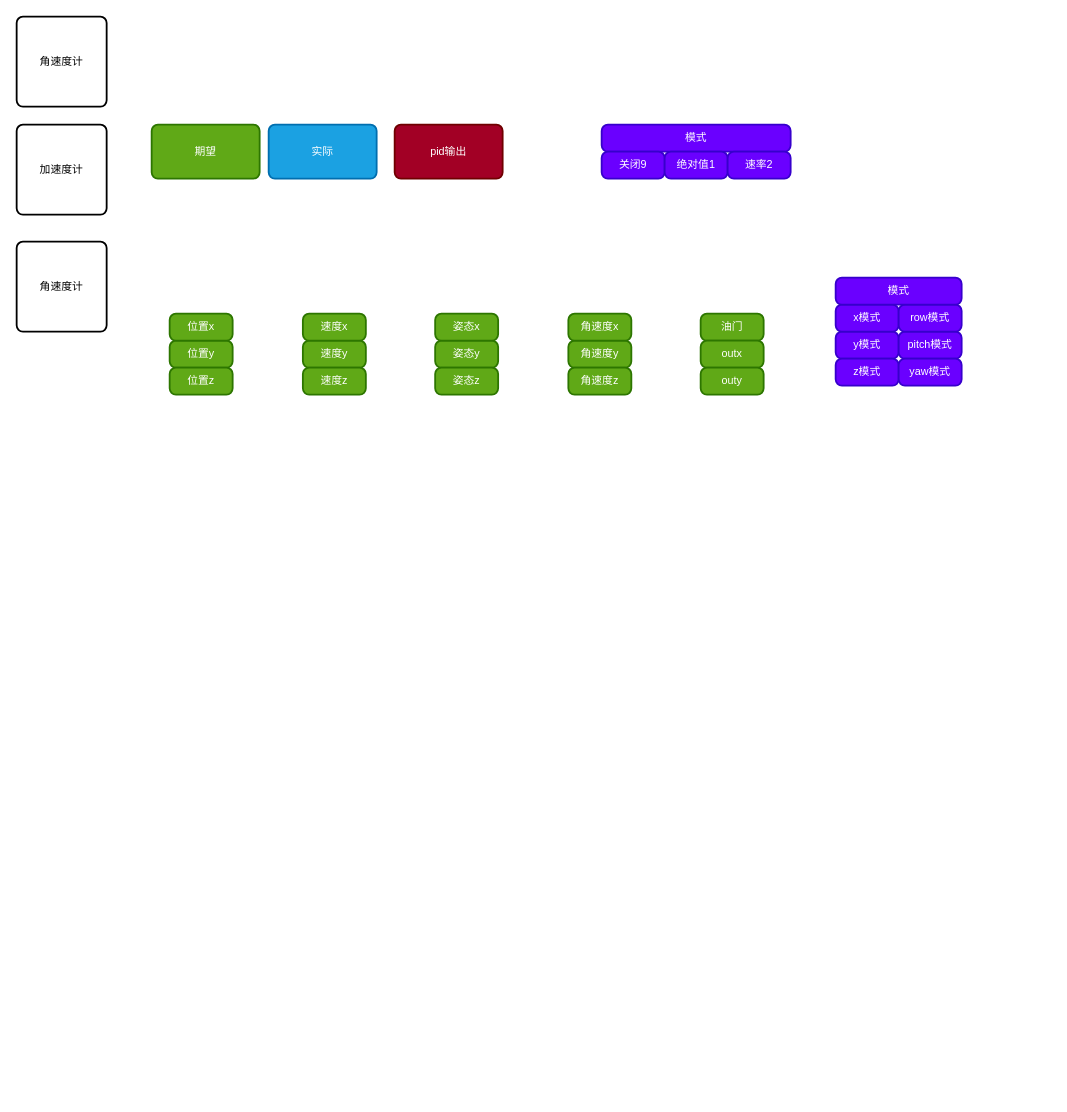
This is fly.drawio from renxinlin/-, a draw.io file, before an edit. Source tidied: cells renumbered, new cells numbered last; positions are measured from the earlier drawing's top-left corner, leaving out a move shared by most shapes. Both pictures are drawn from the tidied source at 90%, with x=0, y=0 at pixel (16, 16).
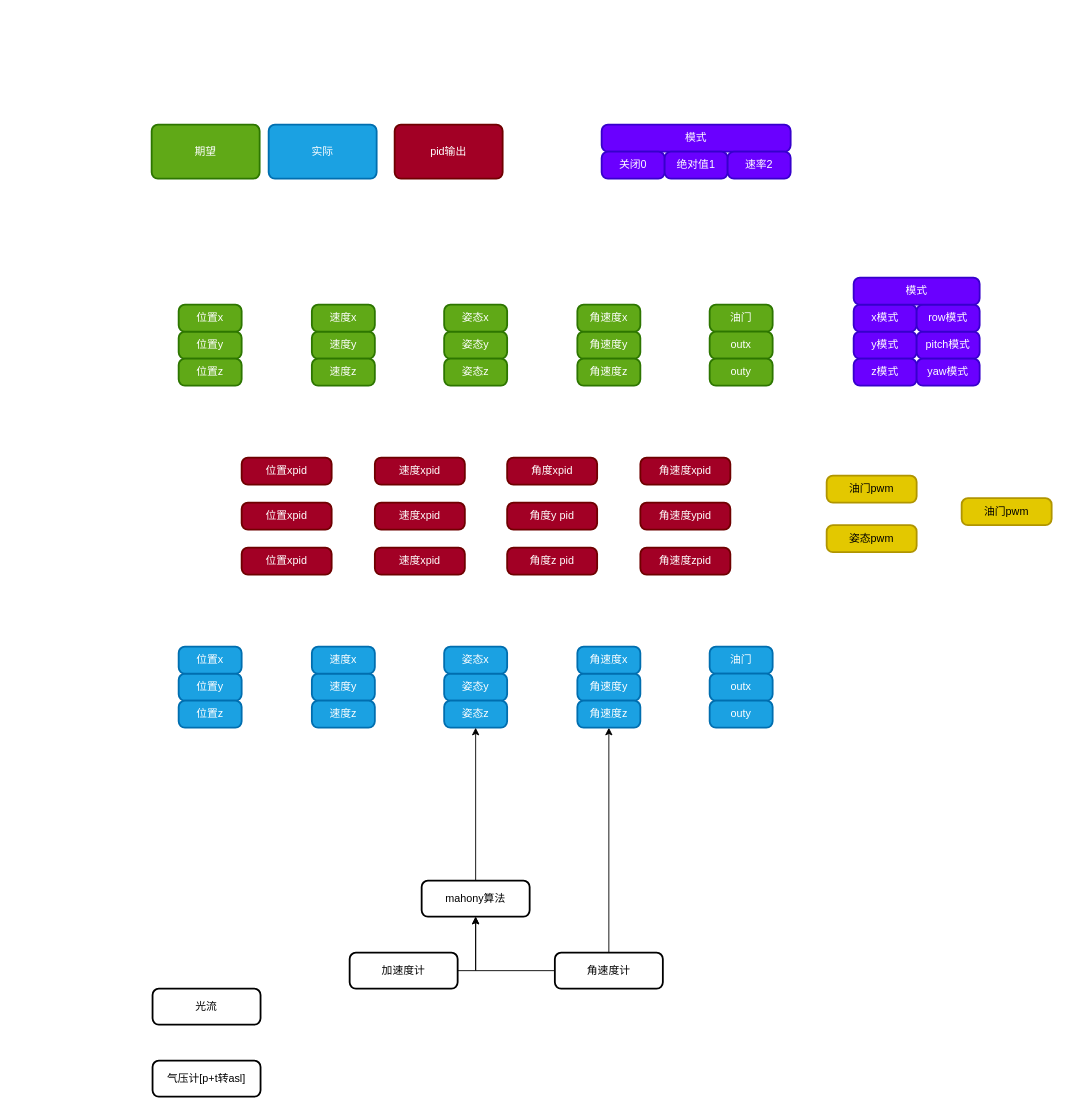
Above is the later version.

What changed in the source:
```diff
@@
     <mxCell id="4" value="油门" style="rounded=1;whiteSpace=wrap;html=1;absoluteArcSize=1;arcSize=14;strokeWidth=2;fillColor=#60a917;fontColor=#ffffff;strokeColor=#2D7600;" parent="1" vertex="1">
-      <mxGeometry x="760" y="330" width="70" height="30" as="geometry" />
+      <mxGeometry x="770" y="320" width="70" height="30" as="geometry" />
     </mxCell>
     <mxCell id="5" value="y模式" style="rounded=1;whiteSpace=wrap;html=1;absoluteArcSize=1;arcSize=14;strokeWidth=2;fillColor=#6a00ff;fontColor=#ffffff;strokeColor=#3700CC;" parent="1" vertex="1">
-      <mxGeometry x="910" y="350" width="70" height="30" as="geometry" />
+      <mxGeometry x="930" y="350" width="70" height="30" as="geometry" />
     </mxCell>
     <mxCell id="6" value="z模式" style="rounded=1;whiteSpace=wrap;html=1;absoluteArcSize=1;arcSize=14;strokeWidth=2;fillColor=#6a00ff;fontColor=#ffffff;strokeColor=#3700CC;" parent="1" vertex="1">
-      <mxGeometry x="910" y="380" width="70" height="30" as="geometry" />
+      <mxGeometry x="930" y="380" width="70" height="30" as="geometry" />
     </mxCell>
     <mxCell id="7" value="x模式" style="rounded=1;whiteSpace=wrap;html=1;absoluteArcSize=1;arcSize=14;strokeWidth=2;fillColor=#6a00ff;fontColor=#ffffff;strokeColor=#3700CC;" parent="1" vertex="1">
-      <mxGeometry x="910" y="320" width="70" height="30" as="geometry" />
+      <mxGeometry x="930" y="320" width="70" height="30" as="geometry" />
     </mxCell>
     <mxCell id="8" value="pitch模式" style="rounded=1;whiteSpace=wrap;html=1;absoluteArcSize=1;arcSize=14;strokeWidth=2;fillColor=#6a00ff;fontColor=#ffffff;strokeColor=#3700CC;" parent="1" vertex="1">
-      <mxGeometry x="980" y="350" width="70" height="30" as="geometry" />
+      <mxGeometry x="1000" y="350" width="70" height="30" as="geometry" />
     </mxCell>
     <mxCell id="9" value="yaw模式" style="rounded=1;whiteSpace=wrap;html=1;absoluteArcSize=1;arcSize=14;strokeWidth=2;fillColor=#6a00ff;fontColor=#ffffff;strokeColor=#3700CC;" parent="1" vertex="1">
-      <mxGeometry x="980" y="380" width="70" height="30" as="geometry" />
+      <mxGeometry x="1000" y="380" width="70" height="30" as="geometry" />
     </mxCell>
     <mxCell id="10" value="row模式" style="rounded=1;whiteSpace=wrap;html=1;absoluteArcSize=1;arcSize=14;strokeWidth=2;fillColor=#6a00ff;fontColor=#ffffff;strokeColor=#3700CC;" parent="1" vertex="1">
-      <mxGeometry x="980" y="320" width="70" height="30" as="geometry" />
+      <mxGeometry x="1000" y="320" width="70" height="30" as="geometry" />
     </mxCell>
     <mxCell id="11" value="模式" style="rounded=1;whiteSpace=wrap;html=1;absoluteArcSize=1;arcSize=14;strokeWidth=2;fillColor=#6a00ff;fontColor=#ffffff;strokeColor=#3700CC;" parent="1" vertex="1">
-      <mxGeometry x="910" y="290" width="140" height="30" as="geometry" />
+      <mxGeometry x="930" y="290" width="140" height="30" as="geometry" />
     </mxCell>
     <mxCell id="12" value="速度y" style="rounded=1;whiteSpace=wrap;html=1;absoluteArcSize=1;arcSize=14;strokeWidth=2;fillColor=#60a917;fontColor=#ffffff;strokeColor=#2D7600;" parent="1" vertex="1">
-      <mxGeometry x="318" y="360" width="70" height="30" as="geometry" />
+      <mxGeometry x="328" y="350" width="70" height="30" as="geometry" />
     </mxCell>
     <mxCell id="13" value="速度x" style="rounded=1;whiteSpace=wrap;html=1;absoluteArcSize=1;arcSize=14;strokeWidth=2;fillColor=#60a917;fontColor=#ffffff;strokeColor=#2D7600;" parent="1" vertex="1">
-      <mxGeometry x="318" y="330" width="70" height="30" as="geometry" />
+      <mxGeometry x="328" y="320" width="70" height="30" as="geometry" />
     </mxCell>
     <mxCell id="14" value="速度z" style="rounded=1;whiteSpace=wrap;html=1;absoluteArcSize=1;arcSize=14;strokeWidth=2;fillColor=#60a917;fontColor=#ffffff;strokeColor=#2D7600;" parent="1" vertex="1">
-      <mxGeometry x="318" y="390" width="70" height="30" as="geometry" />
+      <mxGeometry x="328" y="380" width="70" height="30" as="geometry" />
     </mxCell>
     <mxCell id="15" value="位置y" style="rounded=1;whiteSpace=wrap;html=1;absoluteArcSize=1;arcSize=14;strokeWidth=2;fillColor=#60a917;fontColor=#ffffff;strokeColor=#2D7600;" parent="1" vertex="1">
-      <mxGeometry x="170" y="360" width="70" height="30" as="geometry" />
+      <mxGeometry x="180" y="350" width="70" height="30" as="geometry" />
     </mxCell>
     <mxCell id="16" value="位置x" style="rounded=1;whiteSpace=wrap;html=1;absoluteArcSize=1;arcSize=14;strokeWidth=2;fillColor=#60a917;fontColor=#ffffff;strokeColor=#2D7600;" parent="1" vertex="1">
-      <mxGeometry x="170" y="330" width="70" height="30" as="geometry" />
+      <mxGeometry x="180" y="320" width="70" height="30" as="geometry" />
     </mxCell>
     <mxCell id="17" value="位置z" style="rounded=1;whiteSpace=wrap;html=1;absoluteArcSize=1;arcSize=14;strokeWidth=2;fillColor=#60a917;fontColor=#ffffff;strokeColor=#2D7600;" parent="1" vertex="1">
-      <mxGeometry x="170" y="390" width="70" height="30" as="geometry" />
+      <mxGeometry x="180" y="380" width="70" height="30" as="geometry" />
     </mxCell>
     <mxCell id="18" value="姿态y" style="rounded=1;whiteSpace=wrap;html=1;absoluteArcSize=1;arcSize=14;strokeWidth=2;fillColor=#60a917;fontColor=#ffffff;strokeColor=#2D7600;" parent="1" vertex="1">
-      <mxGeometry x="465" y="360" width="70" height="30" as="geometry" />
+      <mxGeometry x="475" y="350" width="70" height="30" as="geometry" />
     </mxCell>
     <mxCell id="19" value="姿态z" style="rounded=1;whiteSpace=wrap;html=1;absoluteArcSize=1;arcSize=14;strokeWidth=2;fillColor=#60a917;fontColor=#ffffff;strokeColor=#2D7600;" parent="1" vertex="1">
-      <mxGeometry x="465" y="390" width="70" height="30" as="geometry" />
+      <mxGeometry x="475" y="380" width="70" height="30" as="geometry" />
     </mxCell>
     <mxCell id="20" value="姿态x" style="rounded=1;whiteSpace=wrap;html=1;absoluteArcSize=1;arcSize=14;strokeWidth=2;fillColor=#60a917;fontColor=#ffffff;strokeColor=#2D7600;" parent="1" vertex="1">
-      <mxGeometry x="465" y="330" width="70" height="30" as="geometry" />
+      <mxGeometry x="475" y="320" width="70" height="30" as="geometry" />
     </mxCell>
     <mxCell id="21" value="角速度y" style="rounded=1;whiteSpace=wrap;html=1;absoluteArcSize=1;arcSize=14;strokeWidth=2;fillColor=#60a917;fontColor=#ffffff;strokeColor=#2D7600;" parent="1" vertex="1">
-      <mxGeometry x="613" y="360" width="70" height="30" as="geometry" />
+      <mxGeometry x="623" y="350" width="70" height="30" as="geometry" />
     </mxCell>
     <mxCell id="22" value="角速度z" style="rounded=1;whiteSpace=wrap;html=1;absoluteArcSize=1;arcSize=14;strokeWidth=2;fillColor=#60a917;fontColor=#ffffff;strokeColor=#2D7600;" parent="1" vertex="1">
-      <mxGeometry x="613" y="390" width="70" height="30" as="geometry" />
+      <mxGeometry x="623" y="380" width="70" height="30" as="geometry" />
     </mxCell>
     <mxCell id="23" value="角速度x" style="rounded=1;whiteSpace=wrap;html=1;absoluteArcSize=1;arcSize=14;strokeWidth=2;fillColor=#60a917;fontColor=#ffffff;strokeColor=#2D7600;" parent="1" vertex="1">
-      <mxGeometry x="613" y="330" width="70" height="30" as="geometry" />
+      <mxGeometry x="623" y="320" width="70" height="30" as="geometry" />
     </mxCell>
@@
-    <mxCell id="26" value="关闭9" style="rounded=1;whiteSpace=wrap;html=1;absoluteArcSize=1;arcSize=14;strokeWidth=2;fillColor=#6a00ff;fontColor=#ffffff;strokeColor=#3700CC;" parent="1" vertex="1">
+    <mxCell id="26" value="关闭0" style="rounded=1;whiteSpace=wrap;html=1;absoluteArcSize=1;arcSize=14;strokeWidth=2;fillColor=#6a00ff;fontColor=#ffffff;strokeColor=#3700CC;" parent="1" vertex="1">
       <mxGeometry x="650" y="150" width="70" height="30" as="geometry" />
     </mxCell>
@@
-    <mxCell id="29" value="加速度计" style="rounded=1;whiteSpace=wrap;html=1;absoluteArcSize=1;arcSize=14;strokeWidth=2;" parent="1" vertex="1">
-      <mxGeometry y="120" width="100" height="100" as="geometry" />
-    </mxCell>
-    <mxCell id="30" value="角速度计" style="rounded=1;whiteSpace=wrap;html=1;absoluteArcSize=1;arcSize=14;strokeWidth=2;" parent="1" vertex="1">
-      <mxGeometry y="250" width="100" height="100" as="geometry" />
-    </mxCell>
-    <mxCell id="31" value="角速度计" style="rounded=1;whiteSpace=wrap;html=1;absoluteArcSize=1;arcSize=14;strokeWidth=2;" parent="1" vertex="1">
-      <mxGeometry width="100" height="100" as="geometry" />
-    </mxCell>
     <mxCell id="32" value="outx" style="rounded=1;whiteSpace=wrap;html=1;absoluteArcSize=1;arcSize=14;strokeWidth=2;fillColor=#60a917;fontColor=#ffffff;strokeColor=#2D7600;" parent="1" vertex="1">
-      <mxGeometry x="760" y="360" width="70" height="30" as="geometry" />
+      <mxGeometry x="770" y="350" width="70" height="30" as="geometry" />
     </mxCell>
     <mxCell id="33" value="outy" style="rounded=1;whiteSpace=wrap;html=1;absoluteArcSize=1;arcSize=14;strokeWidth=2;fillColor=#60a917;fontColor=#ffffff;strokeColor=#2D7600;" parent="1" vertex="1">
-      <mxGeometry x="760" y="390" width="70" height="30" as="geometry" />
+      <mxGeometry x="770" y="380" width="70" height="30" as="geometry" />
     </mxCell>
+    <mxCell id="34" value="速度y" style="rounded=1;whiteSpace=wrap;html=1;absoluteArcSize=1;arcSize=14;strokeWidth=2;fillColor=#1ba1e2;fontColor=#ffffff;strokeColor=#006EAF;" parent="1" vertex="1">
+      <mxGeometry x="328" y="730" width="70" height="30" as="geometry" />
+    </mxCell>
+    <mxCell id="35" value="速度z" style="rounded=1;whiteSpace=wrap;html=1;absoluteArcSize=1;arcSize=14;strokeWidth=2;fillColor=#1ba1e2;fontColor=#ffffff;strokeColor=#006EAF;" parent="1" vertex="1">
+      <mxGeometry x="328" y="760" width="70" height="30" as="geometry" />
+    </mxCell>
+    <mxCell id="36" value="速度x" style="rounded=1;whiteSpace=wrap;html=1;absoluteArcSize=1;arcSize=14;strokeWidth=2;fillColor=#1ba1e2;fontColor=#ffffff;strokeColor=#006EAF;" parent="1" vertex="1">
+      <mxGeometry x="328" y="700" width="70" height="30" as="geometry" />
+    </mxCell>
+    <mxCell id="37" value="姿态y" style="rounded=1;whiteSpace=wrap;html=1;absoluteArcSize=1;arcSize=14;strokeWidth=2;fillColor=#1ba1e2;fontColor=#ffffff;strokeColor=#006EAF;" parent="1" vertex="1">
+      <mxGeometry x="475" y="730" width="70" height="30" as="geometry" />
+    </mxCell>
+    <mxCell id="38" value="姿态z" style="rounded=1;whiteSpace=wrap;html=1;absoluteArcSize=1;arcSize=14;strokeWidth=2;fillColor=#1ba1e2;fontColor=#ffffff;strokeColor=#006EAF;" parent="1" vertex="1">
+      <mxGeometry x="475" y="760" width="70" height="30" as="geometry" />
+    </mxCell>
+    <mxCell id="39" value="姿态x" style="rounded=1;whiteSpace=wrap;html=1;absoluteArcSize=1;arcSize=14;strokeWidth=2;fillColor=#1ba1e2;fontColor=#ffffff;strokeColor=#006EAF;" parent="1" vertex="1">
+      <mxGeometry x="475" y="700" width="70" height="30" as="geometry" />
+    </mxCell>
+    <mxCell id="40" value="光流" style="rounded=1;whiteSpace=wrap;html=1;absoluteArcSize=1;arcSize=14;strokeWidth=2;" parent="1" vertex="1">
+      <mxGeometry x="151" y="1080" width="120" height="40" as="geometry" />
+    </mxCell>
+    <mxCell id="41" value="气压计[p+t转asl]" style="rounded=1;whiteSpace=wrap;html=1;absoluteArcSize=1;arcSize=14;strokeWidth=2;" parent="1" vertex="1">
+      <mxGeometry x="151" y="1160" width="120" height="40" as="geometry" />
+    </mxCell>
+    <mxCell id="42" style="edgeStyle=orthogonalEdgeStyle;rounded=0;jettySize=auto;html=1;exitX=0.5;exitY=0;exitDx=0;exitDy=0;entryX=0.5;entryY=1;entryDx=0;entryDy=0;" parent="1" edge="1" source="44" target="53">
+      <mxGeometry relative="1" as="geometry" />
+    </mxCell>
+    <mxCell id="43" style="edgeStyle=orthogonalEdgeStyle;rounded=0;jettySize=auto;html=1;exitX=0;exitY=0.5;exitDx=0;exitDy=0;entryX=0.5;entryY=1;entryDx=0;entryDy=0;" parent="1" edge="1" source="44" target="47">
+      <mxGeometry relative="1" as="geometry" />
+    </mxCell>
+    <mxCell id="44" value="角速度计" style="rounded=1;whiteSpace=wrap;html=1;absoluteArcSize=1;arcSize=14;strokeWidth=2;" parent="1" vertex="1">
+      <mxGeometry x="598" y="1040" width="120" height="40" as="geometry" />
+    </mxCell>
+    <mxCell id="45" style="edgeStyle=orthogonalEdgeStyle;rounded=0;jettySize=auto;html=1;exitX=1;exitY=0.5;exitDx=0;exitDy=0;entryX=0.5;entryY=1;entryDx=0;entryDy=0;" parent="1" edge="1" source="29" target="47">
+      <mxGeometry relative="1" as="geometry" />
+    </mxCell>
+    <mxCell id="29" value="加速度计" style="rounded=1;whiteSpace=wrap;html=1;absoluteArcSize=1;arcSize=14;strokeWidth=2;" parent="1" vertex="1">
+      <mxGeometry x="370" y="1040" width="120" height="40" as="geometry" />
+    </mxCell>
+    <mxCell id="46" style="edgeStyle=orthogonalEdgeStyle;rounded=0;jettySize=auto;html=1;exitX=0.5;exitY=0;exitDx=0;exitDy=0;entryX=0.5;entryY=1;entryDx=0;entryDy=0;" parent="1" edge="1" source="47" target="38">
+      <mxGeometry relative="1" as="geometry" />
+    </mxCell>
+    <mxCell id="47" value="mahony算法" style="rounded=1;whiteSpace=wrap;html=1;absoluteArcSize=1;arcSize=14;strokeWidth=2;" parent="1" vertex="1">
+      <mxGeometry x="450" y="960" width="120" height="40" as="geometry" />
+    </mxCell>
+    <mxCell id="48" value="位置y" style="rounded=1;whiteSpace=wrap;html=1;absoluteArcSize=1;arcSize=14;strokeWidth=2;fillColor=#1ba1e2;fontColor=#ffffff;strokeColor=#006EAF;" parent="1" vertex="1">
+      <mxGeometry x="180" y="730" width="70" height="30" as="geometry" />
+    </mxCell>
+    <mxCell id="49" value="位置x" style="rounded=1;whiteSpace=wrap;html=1;absoluteArcSize=1;arcSize=14;strokeWidth=2;fillColor=#1ba1e2;fontColor=#ffffff;strokeColor=#006EAF;" parent="1" vertex="1">
+      <mxGeometry x="180" y="700" width="70" height="30" as="geometry" />
+    </mxCell>
+    <mxCell id="50" value="位置z" style="rounded=1;whiteSpace=wrap;html=1;absoluteArcSize=1;arcSize=14;strokeWidth=2;fillColor=#1ba1e2;fontColor=#ffffff;strokeColor=#006EAF;" parent="1" vertex="1">
+      <mxGeometry x="180" y="760" width="70" height="30" as="geometry" />
+    </mxCell>
+    <mxCell id="51" value="油门" style="rounded=1;whiteSpace=wrap;html=1;absoluteArcSize=1;arcSize=14;strokeWidth=2;fillColor=#1ba1e2;fontColor=#ffffff;strokeColor=#006EAF;" parent="1" vertex="1">
+      <mxGeometry x="770" y="700" width="70" height="30" as="geometry" />
+    </mxCell>
+    <mxCell id="52" value="角速度y" style="rounded=1;whiteSpace=wrap;html=1;absoluteArcSize=1;arcSize=14;strokeWidth=2;fillColor=#1ba1e2;fontColor=#ffffff;strokeColor=#006EAF;" parent="1" vertex="1">
+      <mxGeometry x="623" y="730" width="70" height="30" as="geometry" />
+    </mxCell>
+    <mxCell id="53" value="角速度z" style="rounded=1;whiteSpace=wrap;html=1;absoluteArcSize=1;arcSize=14;strokeWidth=2;fillColor=#1ba1e2;fontColor=#ffffff;strokeColor=#006EAF;" parent="1" vertex="1">
+      <mxGeometry x="623" y="760" width="70" height="30" as="geometry" />
+    </mxCell>
+    <mxCell id="54" value="角速度x" style="rounded=1;whiteSpace=wrap;html=1;absoluteArcSize=1;arcSize=14;strokeWidth=2;fillColor=#1ba1e2;fontColor=#ffffff;strokeColor=#006EAF;" parent="1" vertex="1">
+      <mxGeometry x="623" y="700" width="70" height="30" as="geometry" />
+    </mxCell>
+    <mxCell id="55" value="outx" style="rounded=1;whiteSpace=wrap;html=1;absoluteArcSize=1;arcSize=14;strokeWidth=2;fillColor=#1ba1e2;fontColor=#ffffff;strokeColor=#006EAF;" parent="1" vertex="1">
+      <mxGeometry x="770" y="730" width="70" height="30" as="geometry" />
+    </mxCell>
+    <mxCell id="56" value="outy" style="rounded=1;whiteSpace=wrap;html=1;absoluteArcSize=1;arcSize=14;strokeWidth=2;fillColor=#1ba1e2;fontColor=#ffffff;strokeColor=#006EAF;" parent="1" vertex="1">
+      <mxGeometry x="770" y="760" width="70" height="30" as="geometry" />
+    </mxCell>
+    <mxCell id="57" value="位置xpid" style="rounded=1;whiteSpace=wrap;html=1;absoluteArcSize=1;arcSize=14;strokeWidth=2;fillColor=#a20025;fontColor=#ffffff;strokeColor=#6F0000;" parent="1" vertex="1">
+      <mxGeometry x="250" y="490" width="100" height="30" as="geometry" />
+    </mxCell>
+    <mxCell id="58" value="位置xpid" style="rounded=1;whiteSpace=wrap;html=1;absoluteArcSize=1;arcSize=14;strokeWidth=2;fillColor=#a20025;fontColor=#ffffff;strokeColor=#6F0000;" parent="1" vertex="1">
+      <mxGeometry x="250" y="540" width="100" height="30" as="geometry" />
+    </mxCell>
+    <mxCell id="59" value="位置xpid" style="rounded=1;whiteSpace=wrap;html=1;absoluteArcSize=1;arcSize=14;strokeWidth=2;fillColor=#a20025;fontColor=#ffffff;strokeColor=#6F0000;" parent="1" vertex="1">
+      <mxGeometry x="250" y="590" width="100" height="30" as="geometry" />
+    </mxCell>
+    <mxCell id="60" value="速度xpid" style="rounded=1;whiteSpace=wrap;html=1;absoluteArcSize=1;arcSize=14;strokeWidth=2;fillColor=#a20025;fontColor=#ffffff;strokeColor=#6F0000;" parent="1" vertex="1">
+      <mxGeometry x="398" y="490" width="100" height="30" as="geometry" />
+    </mxCell>
+    <mxCell id="61" value="速度xpid" style="rounded=1;whiteSpace=wrap;html=1;absoluteArcSize=1;arcSize=14;strokeWidth=2;fillColor=#a20025;fontColor=#ffffff;strokeColor=#6F0000;" parent="1" vertex="1">
+      <mxGeometry x="398" y="540" width="100" height="30" as="geometry" />
+    </mxCell>
+    <mxCell id="62" value="速度xpid" style="rounded=1;whiteSpace=wrap;html=1;absoluteArcSize=1;arcSize=14;strokeWidth=2;fillColor=#a20025;fontColor=#ffffff;strokeColor=#6F0000;" parent="1" vertex="1">
+      <mxGeometry x="398" y="590" width="100" height="30" as="geometry" />
+    </mxCell>
+    <mxCell id="63" value="角度xpid" style="rounded=1;whiteSpace=wrap;html=1;absoluteArcSize=1;arcSize=14;strokeWidth=2;fillColor=#a20025;fontColor=#ffffff;strokeColor=#6F0000;" parent="1" vertex="1">
+      <mxGeometry x="545" y="490" width="100" height="30" as="geometry" />
+    </mxCell>
+    <mxCell id="64" value="角度y pid" style="rounded=1;whiteSpace=wrap;html=1;absoluteArcSize=1;arcSize=14;strokeWidth=2;fillColor=#a20025;fontColor=#ffffff;strokeColor=#6F0000;" parent="1" vertex="1">
+      <mxGeometry x="545" y="540" width="100" height="30" as="geometry" />
+    </mxCell>
+    <mxCell id="65" value="角度z pid" style="rounded=1;whiteSpace=wrap;html=1;absoluteArcSize=1;arcSize=14;strokeWidth=2;fillColor=#a20025;fontColor=#ffffff;strokeColor=#6F0000;" parent="1" vertex="1">
+      <mxGeometry x="545" y="590" width="100" height="30" as="geometry" />
+    </mxCell>
+    <mxCell id="66" value="角速度xpid" style="rounded=1;whiteSpace=wrap;html=1;absoluteArcSize=1;arcSize=14;strokeWidth=2;fillColor=#a20025;fontColor=#ffffff;strokeColor=#6F0000;" parent="1" vertex="1">
+      <mxGeometry x="693" y="490" width="100" height="30" as="geometry" />
+    </mxCell>
+    <mxCell id="67" value="角速度ypid" style="rounded=1;whiteSpace=wrap;html=1;absoluteArcSize=1;arcSize=14;strokeWidth=2;fillColor=#a20025;fontColor=#ffffff;strokeColor=#6F0000;" parent="1" vertex="1">
+      <mxGeometry x="693" y="540" width="100" height="30" as="geometry" />
+    </mxCell>
+    <mxCell id="68" value="角速度zpid" style="rounded=1;whiteSpace=wrap;html=1;absoluteArcSize=1;arcSize=14;strokeWidth=2;fillColor=#a20025;fontColor=#ffffff;strokeColor=#6F0000;" parent="1" vertex="1">
+      <mxGeometry x="693" y="590" width="100" height="30" as="geometry" />
+    </mxCell>
+    <mxCell id="69" value="油门pwm" style="rounded=1;whiteSpace=wrap;html=1;absoluteArcSize=1;arcSize=14;strokeWidth=2;fillColor=#e3c800;fontColor=#000000;strokeColor=#B09500;" parent="1" vertex="1">
+      <mxGeometry x="900" y="510" width="100" height="30" as="geometry" />
+    </mxCell>
+    <mxCell id="70" value="姿态pwm" style="rounded=1;whiteSpace=wrap;html=1;absoluteArcSize=1;arcSize=14;strokeWidth=2;fillColor=#e3c800;fontColor=#000000;strokeColor=#B09500;" parent="1" vertex="1">
+      <mxGeometry x="900" y="565" width="100" height="30" as="geometry" />
+    </mxCell>
+    <mxCell id="71" value="油门pwm" style="rounded=1;whiteSpace=wrap;html=1;absoluteArcSize=1;arcSize=14;strokeWidth=2;fillColor=#e3c800;fontColor=#000000;strokeColor=#B09500;" parent="1" vertex="1">
+      <mxGeometry x="1050" y="535" width="100" height="30" as="geometry" />
+    </mxCell>
```
